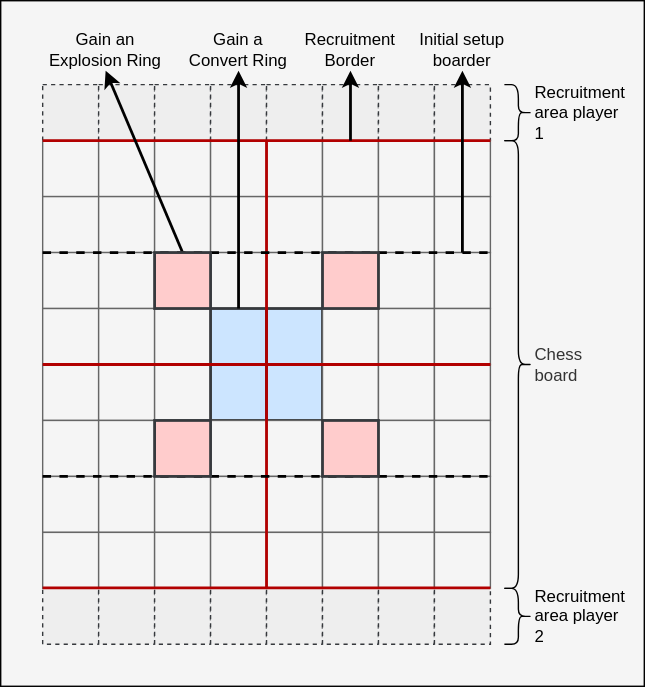
The draw.io diagram docs/games/boardgames/chessault/_overview.drawio.svg in FullByte/FullByte.github.io, before a commit. Source tidied: cells renumbered, new cells last; positions are measured from the earlier drawing's top-left corner, leaving out a move shared by most shapes.
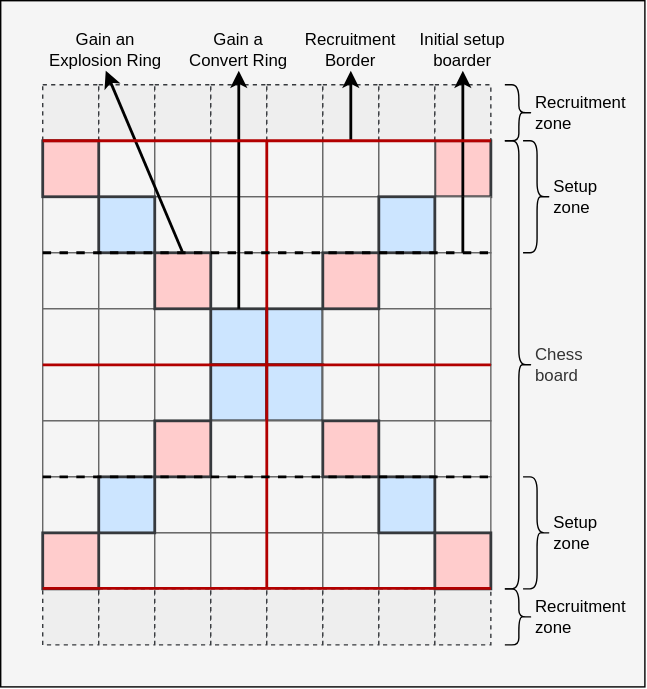
After the change.

Diff of the diagram source:
```diff
@@ -5,6 +5,9 @@
     <mxCell id="2" style="rounded=0;whiteSpace=wrap;html=1;fillColor=#f5f5f5;fontColor=#333333;strokeColor=#000000;align=right;" parent="1" vertex="1">
       <mxGeometry width="460" height="490" as="geometry" />
     </mxCell>
+    <mxCell id="100" style="rounded=0;whiteSpace=wrap;html=1;fillColor=#ffcccc;strokeColor=#36393d;strokeWidth=2;" parent="1" vertex="1">
+      <mxGeometry x="310" y="100" width="40" height="40" as="geometry" />
+    </mxCell>
     <mxCell id="3" style="rounded=0;whiteSpace=wrap;html=1;fillColor=#eeeeee;strokeColor=#36393d;dashed=1;" parent="1" vertex="1">
       <mxGeometry x="30" y="60" width="40" height="40" as="geometry" />
     </mxCell>
@@ -29,9 +32,6 @@
     <mxCell id="10" style="rounded=0;whiteSpace=wrap;html=1;fillColor=#eeeeee;strokeColor=#36393d;dashed=1;" parent="1" vertex="1">
       <mxGeometry x="310" y="60" width="40" height="40" as="geometry" />
     </mxCell>
-    <mxCell id="11" style="rounded=0;whiteSpace=wrap;html=1;fillColor=#f5f5f5;fontColor=#333333;strokeColor=#666666;" parent="1" vertex="1">
-      <mxGeometry x="30" y="100" width="40" height="40" as="geometry" />
-    </mxCell>
     <mxCell id="12" style="rounded=0;whiteSpace=wrap;html=1;fillColor=#f5f5f5;fontColor=#333333;strokeColor=#666666;" parent="1" vertex="1">
       <mxGeometry x="70" y="100" width="40" height="40" as="geometry" />
     </mxCell>
@@ -50,15 +50,9 @@
     <mxCell id="17" style="rounded=0;whiteSpace=wrap;html=1;fillColor=#f5f5f5;fontColor=#333333;strokeColor=#666666;" parent="1" vertex="1">
       <mxGeometry x="270" y="100" width="40" height="40" as="geometry" />
     </mxCell>
-    <mxCell id="18" style="rounded=0;whiteSpace=wrap;html=1;fillColor=#f5f5f5;fontColor=#333333;strokeColor=#666666;" parent="1" vertex="1">
-      <mxGeometry x="310" y="100" width="40" height="40" as="geometry" />
-    </mxCell>
     <mxCell id="19" style="rounded=0;whiteSpace=wrap;html=1;fillColor=#f5f5f5;fontColor=#333333;strokeColor=#666666;" parent="1" vertex="1">
       <mxGeometry x="30" y="140" width="40" height="40" as="geometry" />
     </mxCell>
-    <mxCell id="20" style="rounded=0;whiteSpace=wrap;html=1;fillColor=#f5f5f5;fontColor=#333333;strokeColor=#666666;" parent="1" vertex="1">
-      <mxGeometry x="70" y="140" width="40" height="40" as="geometry" />
-    </mxCell>
     <mxCell id="21" style="rounded=0;whiteSpace=wrap;html=1;fillColor=#f5f5f5;fontColor=#333333;strokeColor=#666666;" parent="1" vertex="1">
       <mxGeometry x="110" y="140" width="40" height="40" as="geometry" />
     </mxCell>
@@ -71,9 +65,6 @@
     <mxCell id="24" style="rounded=0;whiteSpace=wrap;html=1;fillColor=#f5f5f5;fontColor=#333333;strokeColor=#666666;" parent="1" vertex="1">
       <mxGeometry x="230" y="140" width="40" height="40" as="geometry" />
     </mxCell>
-    <mxCell id="25" style="rounded=0;whiteSpace=wrap;html=1;fillColor=#f5f5f5;fontColor=#333333;strokeColor=#666666;" parent="1" vertex="1">
-      <mxGeometry x="270" y="140" width="40" height="40" as="geometry" />
-    </mxCell>
     <mxCell id="26" style="rounded=0;whiteSpace=wrap;html=1;fillColor=#f5f5f5;fontColor=#333333;strokeColor=#666666;" parent="1" vertex="1">
       <mxGeometry x="310" y="140" width="40" height="40" as="geometry" />
     </mxCell>
@@ -164,9 +155,6 @@
     <mxCell id="55" style="rounded=0;whiteSpace=wrap;html=1;fillColor=#f5f5f5;fontColor=#333333;strokeColor=#666666;" parent="1" vertex="1">
       <mxGeometry x="30" y="340" width="40" height="40" as="geometry" />
     </mxCell>
-    <mxCell id="56" style="rounded=0;whiteSpace=wrap;html=1;fillColor=#f5f5f5;fontColor=#333333;strokeColor=#666666;" parent="1" vertex="1">
-      <mxGeometry x="70" y="340" width="40" height="40" as="geometry" />
-    </mxCell>
     <mxCell id="57" style="rounded=0;whiteSpace=wrap;html=1;fillColor=#f5f5f5;fontColor=#333333;strokeColor=#666666;" parent="1" vertex="1">
       <mxGeometry x="110" y="340" width="40" height="40" as="geometry" />
     </mxCell>
@@ -179,15 +167,9 @@
     <mxCell id="60" style="rounded=0;whiteSpace=wrap;html=1;fillColor=#f5f5f5;fontColor=#333333;strokeColor=#666666;" parent="1" vertex="1">
       <mxGeometry x="230" y="340" width="40" height="40" as="geometry" />
     </mxCell>
-    <mxCell id="61" style="rounded=0;whiteSpace=wrap;html=1;fillColor=#f5f5f5;fontColor=#333333;strokeColor=#666666;" parent="1" vertex="1">
-      <mxGeometry x="270" y="340" width="40" height="40" as="geometry" />
-    </mxCell>
     <mxCell id="62" style="rounded=0;whiteSpace=wrap;html=1;fillColor=#f5f5f5;fontColor=#333333;strokeColor=#666666;" parent="1" vertex="1">
       <mxGeometry x="310" y="340" width="40" height="40" as="geometry" />
     </mxCell>
-    <mxCell id="63" style="rounded=0;whiteSpace=wrap;html=1;fillColor=#f5f5f5;fontColor=#333333;strokeColor=#666666;" parent="1" vertex="1">
-      <mxGeometry x="30" y="380" width="40" height="40" as="geometry" />
-    </mxCell>
     <mxCell id="64" style="rounded=0;whiteSpace=wrap;html=1;fillColor=#f5f5f5;fontColor=#333333;strokeColor=#666666;" parent="1" vertex="1">
       <mxGeometry x="70" y="380" width="40" height="40" as="geometry" />
     </mxCell>
@@ -206,9 +188,6 @@
     <mxCell id="69" style="rounded=0;whiteSpace=wrap;html=1;fillColor=#f5f5f5;fontColor=#333333;strokeColor=#666666;" parent="1" vertex="1">
       <mxGeometry x="270" y="380" width="40" height="40" as="geometry" />
     </mxCell>
-    <mxCell id="70" style="rounded=0;whiteSpace=wrap;html=1;fillColor=#f5f5f5;fontColor=#333333;strokeColor=#666666;" parent="1" vertex="1">
-      <mxGeometry x="310" y="380" width="40" height="40" as="geometry" />
-    </mxCell>
     <mxCell id="71" style="rounded=0;whiteSpace=wrap;html=1;fillColor=#eeeeee;strokeColor=#36393d;dashed=1;" parent="1" vertex="1">
       <mxGeometry x="30" y="420" width="40" height="40" as="geometry" />
     </mxCell>
@@ -236,18 +215,6 @@
     <mxCell id="79" style="endArrow=none;html=1;entryX=1;entryY=0;entryDx=0;entryDy=0;exitX=0;exitY=0;exitDx=0;exitDy=0;fillColor=#e51400;strokeColor=#B20000;strokeWidth=2;" parent="1" edge="1" source="41" target="48">
       <mxGeometry relative="1" as="geometry" />
     </mxCell>
-    <mxCell id="80" style="endArrow=none;html=1;entryX=1;entryY=0;entryDx=0;entryDy=0;exitX=0;exitY=0;exitDx=0;exitDy=0;fillColor=#e51400;strokeColor=#B20000;strokeWidth=2;" parent="1" edge="1">
-      <mxGeometry relative="1" as="geometry">
-        <mxPoint x="30" y="419.6" as="sourcePoint" />
-        <mxPoint x="350" y="419.6" as="targetPoint" />
-      </mxGeometry>
-    </mxCell>
-    <mxCell id="81" style="endArrow=none;html=1;entryX=1;entryY=0;entryDx=0;entryDy=0;exitX=0;exitY=0;exitDx=0;exitDy=0;fillColor=#e51400;strokeColor=#B20000;strokeWidth=2;" parent="1" edge="1">
-      <mxGeometry relative="1" as="geometry">
-        <mxPoint x="30" y="100" as="sourcePoint" />
-        <mxPoint x="350" y="100" as="targetPoint" />
-      </mxGeometry>
-    </mxCell>
     <mxCell id="82" style="endArrow=none;html=1;entryX=0;entryY=1;entryDx=0;entryDy=0;fillColor=#e51400;strokeColor=#B20000;strokeWidth=2;" parent="1" edge="1" target="67">
       <mxGeometry relative="1" as="geometry">
         <mxPoint x="190" y="100" as="sourcePoint" />
@@ -256,10 +223,10 @@
     <mxCell id="83" value="&lt;span style=&quot;color: rgb(51, 51, 51);&quot;&gt;Chess board&lt;/span&gt;" style="shape=curlyBracket;whiteSpace=wrap;html=1;rounded=1;flipH=1;fontColor=#000000;strokeColor=#000000;size=0.5;align=left;labelPosition=right;verticalLabelPosition=middle;verticalAlign=middle;" parent="1" vertex="1">
       <mxGeometry x="360" y="100" width="20" height="320" as="geometry" />
     </mxCell>
-    <mxCell id="84" value="&lt;span style=&quot;text-align: center&quot;&gt;Recruitment area player 1&lt;/span&gt;" style="shape=curlyBracket;whiteSpace=wrap;html=1;rounded=1;flipH=1;fontColor=#000000;strokeColor=#000000;size=0.5;align=left;labelPosition=right;verticalLabelPosition=middle;verticalAlign=middle;" parent="1" vertex="1">
+    <mxCell id="84" value="&lt;span style=&quot;text-align: center&quot;&gt;Recruitment zone&lt;/span&gt;" style="shape=curlyBracket;whiteSpace=wrap;html=1;rounded=1;flipH=1;fontColor=#000000;strokeColor=#000000;size=0.5;align=left;labelPosition=right;verticalLabelPosition=middle;verticalAlign=middle;" parent="1" vertex="1">
       <mxGeometry x="360" y="60" width="20" height="40" as="geometry" />
     </mxCell>
-    <mxCell id="85" value="&lt;span style=&quot;text-align: center&quot;&gt;Recruitment area player 2&lt;/span&gt;" style="shape=curlyBracket;whiteSpace=wrap;html=1;rounded=1;flipH=1;fontColor=#000000;strokeColor=#000000;size=0.5;align=left;labelPosition=right;verticalLabelPosition=middle;verticalAlign=middle;" parent="1" vertex="1">
+    <mxCell id="85" value="&lt;span style=&quot;text-align: center&quot;&gt;Recruitment zone&lt;/span&gt;" style="shape=curlyBracket;whiteSpace=wrap;html=1;rounded=1;flipH=1;fontColor=#000000;strokeColor=#000000;size=0.5;align=left;labelPosition=right;verticalLabelPosition=middle;verticalAlign=middle;" parent="1" vertex="1">
       <mxGeometry x="360" y="420" width="20" height="40" as="geometry" />
     </mxCell>
     <mxCell id="86" style="endArrow=classic;html=1;fontColor=#000000;strokeWidth=2;exitX=0.5;exitY=0;exitDx=0;exitDy=0;strokeColor=#000000;entryX=0.5;entryY=1;entryDx=0;entryDy=0;" parent="1" edge="1" source="96" target="88">
@@ -282,19 +249,7 @@
     <mxCell id="91" value="Recruitment&lt;br&gt;Border" style="text;html=1;strokeColor=none;fillColor=none;align=center;verticalAlign=middle;whiteSpace=wrap;rounded=0;fontColor=#000000;" parent="1" vertex="1">
       <mxGeometry x="210" y="20" width="80" height="30" as="geometry" />
     </mxCell>
-    <mxCell id="92" style="endArrow=none;html=1;entryX=1;entryY=0;entryDx=0;entryDy=0;exitX=0;exitY=0;exitDx=0;exitDy=0;strokeWidth=2;dashed=1;" parent="1" edge="1">
-      <mxGeometry relative="1" as="geometry">
-        <mxPoint x="30" y="340" as="sourcePoint" />
-        <mxPoint x="350" y="340" as="targetPoint" />
-      </mxGeometry>
-    </mxCell>
-    <mxCell id="93" style="endArrow=none;html=1;entryX=1;entryY=0;entryDx=0;entryDy=0;exitX=0;exitY=0;exitDx=0;exitDy=0;strokeWidth=2;dashed=1;" parent="1" edge="1">
-      <mxGeometry relative="1" as="geometry">
-        <mxPoint x="30" y="180" as="sourcePoint" />
-        <mxPoint x="350" y="180" as="targetPoint" />
-      </mxGeometry>
-    </mxCell>
-    <mxCell id="94" style="endArrow=classic;html=1;fontColor=#000000;strokeColor=#000000;strokeWidth=2;exitX=0.5;exitY=1;exitDx=0;exitDy=0;entryX=0.5;entryY=1;entryDx=0;entryDy=0;" parent="1" edge="1" source="26" target="95">
+    <mxCell id="94" style="endArrow=classic;html=1;fontColor=#000000;strokeColor=#000000;strokeWidth=2;exitX=0.5;exitY=1;exitDx=0;exitDy=0;entryX=0.5;entryY=1;entryDx=0;entryDy=0;startArrow=none;" parent="1" edge="1" source="100" target="95">
       <mxGeometry relative="1" as="geometry" />
     </mxCell>
     <mxCell id="95" value="Initial setup boarder" style="text;html=1;strokeColor=none;fillColor=none;align=center;verticalAlign=middle;whiteSpace=wrap;rounded=0;fontColor=#000000;" parent="1" vertex="1">
@@ -312,5 +267,59 @@
     <mxCell id="99" style="rounded=0;whiteSpace=wrap;html=1;fillColor=#ffcccc;strokeColor=#36393d;strokeWidth=2;" parent="1" vertex="1">
       <mxGeometry x="230" y="300" width="40" height="40" as="geometry" />
     </mxCell>
+    <mxCell id="101" value="&lt;span style=&quot;text-align: center&quot;&gt;Setup zone&lt;/span&gt;" style="shape=curlyBracket;whiteSpace=wrap;html=1;rounded=1;flipH=1;fontColor=#000000;strokeColor=#000000;size=0.5;align=left;labelPosition=right;verticalLabelPosition=middle;verticalAlign=middle;" parent="1" vertex="1">
+      <mxGeometry x="373" y="100" width="20" height="80" as="geometry" />
+    </mxCell>
+    <mxCell id="102" value="&lt;span style=&quot;text-align: center&quot;&gt;Setup zone&lt;/span&gt;" style="shape=curlyBracket;whiteSpace=wrap;html=1;rounded=1;flipH=1;fontColor=#000000;strokeColor=#000000;size=0.5;align=left;labelPosition=right;verticalLabelPosition=middle;verticalAlign=middle;" parent="1" vertex="1">
+      <mxGeometry x="373" y="340" width="20" height="80" as="geometry" />
+    </mxCell>
+    <mxCell id="103" style="rounded=0;whiteSpace=wrap;html=1;fillColor=#ffcccc;strokeColor=#36393d;strokeWidth=2;" parent="1" vertex="1">
+      <mxGeometry x="30" y="100" width="40" height="40" as="geometry" />
+    </mxCell>
+    <mxCell id="104" style="rounded=0;whiteSpace=wrap;html=1;fillColor=#cce5ff;strokeColor=#36393d;strokeWidth=2;" parent="1" vertex="1">
+      <mxGeometry x="70" y="140" width="40" height="40" as="geometry" />
+    </mxCell>
+    <mxCell id="105" style="rounded=0;whiteSpace=wrap;html=1;fillColor=#cce5ff;strokeColor=#36393d;strokeWidth=2;" parent="1" vertex="1">
+      <mxGeometry x="270" y="340" width="40" height="40" as="geometry" />
+    </mxCell>
+    <mxCell id="106" style="rounded=0;whiteSpace=wrap;html=1;fillColor=#ffcccc;strokeColor=#36393d;strokeWidth=2;" parent="1" vertex="1">
+      <mxGeometry x="310" y="380" width="40" height="40" as="geometry" />
+    </mxCell>
+    <mxCell id="107" style="rounded=0;whiteSpace=wrap;html=1;fillColor=#cce5ff;strokeColor=#36393d;strokeWidth=2;" parent="1" vertex="1">
+      <mxGeometry x="70" y="340" width="40" height="40" as="geometry" />
+    </mxCell>
+    <mxCell id="108" style="rounded=0;whiteSpace=wrap;html=1;fillColor=#ffcccc;strokeColor=#36393d;strokeWidth=2;" parent="1" vertex="1">
+      <mxGeometry x="30" y="380" width="40" height="40" as="geometry" />
+    </mxCell>
+    <mxCell id="109" style="rounded=0;whiteSpace=wrap;html=1;fillColor=#cce5ff;strokeColor=#36393d;strokeWidth=2;" parent="1" vertex="1">
+      <mxGeometry x="270" y="140" width="40" height="40" as="geometry" />
+    </mxCell>
+    <mxCell id="110" style="endArrow=none;html=1;fontColor=#000000;strokeColor=#000000;strokeWidth=2;exitX=0.5;exitY=1;exitDx=0;exitDy=0;entryX=0.5;entryY=1;entryDx=0;entryDy=0;" parent="1" edge="1" source="26" target="100">
+      <mxGeometry relative="1" as="geometry" />
+    </mxCell>
+    <mxCell id="80" style="endArrow=none;html=1;entryX=1;entryY=0;entryDx=0;entryDy=0;exitX=0;exitY=0;exitDx=0;exitDy=0;fillColor=#e51400;strokeColor=#B20000;strokeWidth=2;" parent="1" edge="1">
+      <mxGeometry relative="1" as="geometry">
+        <mxPoint x="30" y="419.6" as="sourcePoint" />
+        <mxPoint x="350" y="419.6" as="targetPoint" />
+      </mxGeometry>
+    </mxCell>
+    <mxCell id="81" style="endArrow=none;html=1;entryX=1;entryY=0;entryDx=0;entryDy=0;exitX=0;exitY=0;exitDx=0;exitDy=0;fillColor=#e51400;strokeColor=#B20000;strokeWidth=2;" parent="1" edge="1">
+      <mxGeometry relative="1" as="geometry">
+        <mxPoint x="30" y="100" as="sourcePoint" />
+        <mxPoint x="350" y="100" as="targetPoint" />
+      </mxGeometry>
+    </mxCell>
+    <mxCell id="93" style="endArrow=none;html=1;entryX=1;entryY=0;entryDx=0;entryDy=0;exitX=0;exitY=0;exitDx=0;exitDy=0;strokeWidth=2;dashed=1;" parent="1" edge="1">
+      <mxGeometry relative="1" as="geometry">
+        <mxPoint x="30" y="180" as="sourcePoint" />
+        <mxPoint x="350" y="180" as="targetPoint" />
+      </mxGeometry>
+    </mxCell>
+    <mxCell id="92" style="endArrow=none;html=1;entryX=1;entryY=0;entryDx=0;entryDy=0;exitX=0;exitY=0;exitDx=0;exitDy=0;strokeWidth=2;dashed=1;" parent="1" edge="1">
+      <mxGeometry relative="1" as="geometry">
+        <mxPoint x="30" y="340" as="sourcePoint" />
+        <mxPoint x="350" y="340" as="targetPoint" />
+      </mxGeometry>
+    </mxCell>
   </root>
 </mxGraphModel>
```
